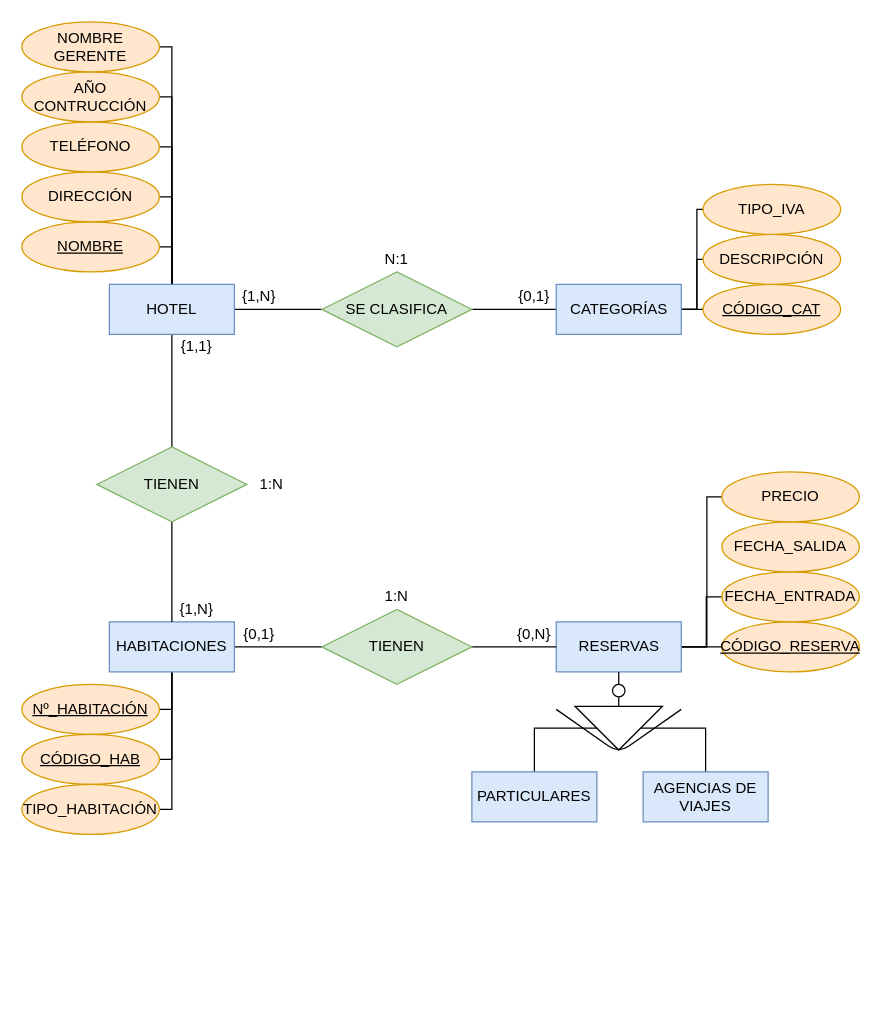
The draw.io diagram Ejercicio3_Examen.drawio in Axel-Vicente/BBDD, before the edit. Source tidied: cells renumbered, new cells numbered last; positions are measured from the earlier drawing's top-left corner, leaving out a move shared by most shapes. Both pictures are drawn from the tidied source at 125%, with x=0, y=0 at pixel (21, 21).
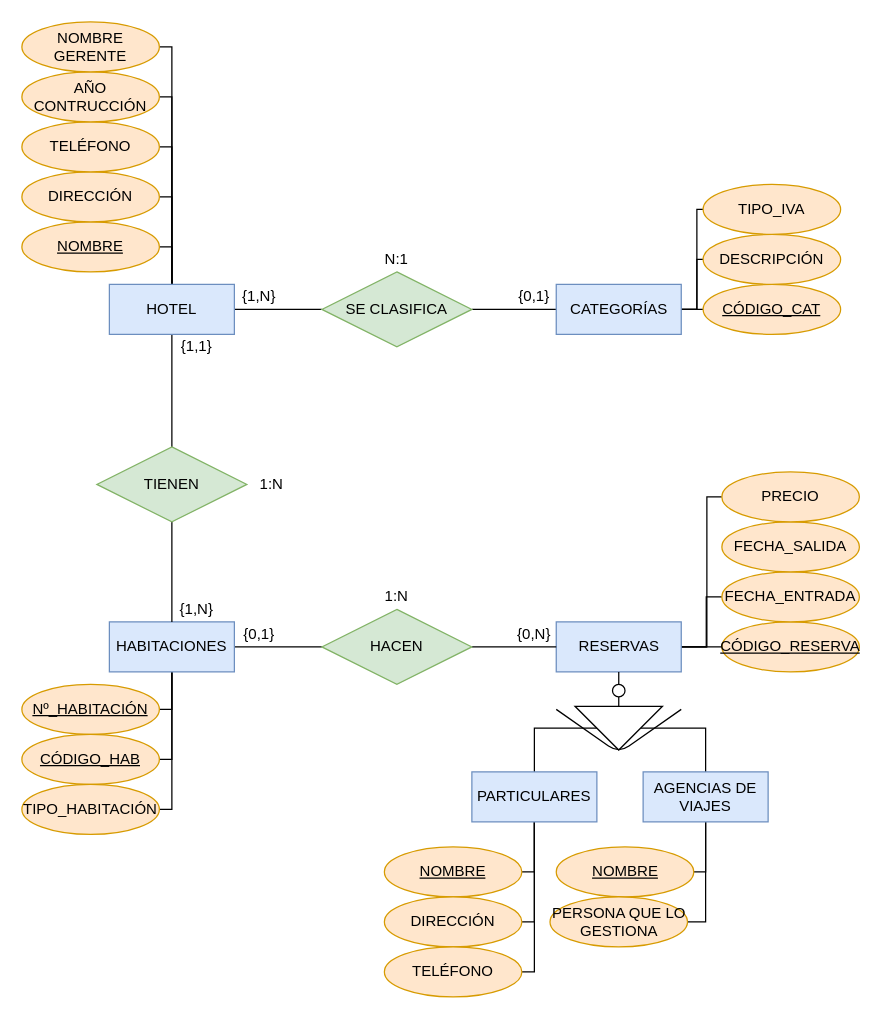
Above is the later version.

The change refers to these unchanged cells:
```xml
<mxCell id="41" value="PARTICULARES" style="whiteSpace=wrap;html=1;align=center;fillColor=#dae8fc;strokeColor=#6c8ebf;" parent="1" vertex="1">
  <mxGeometry x="360" y="600" width="100" height="40" as="geometry" />
</mxCell>
<mxCell id="42" value="AGENCIAS DE VIAJES" style="whiteSpace=wrap;html=1;align=center;fillColor=#dae8fc;strokeColor=#6c8ebf;" parent="1" vertex="1">
  <mxGeometry x="497" y="600" width="100" height="40" as="geometry" />
</mxCell>
```

Diff of the diagram source:
```diff
@@
-    <mxCell id="33" value="TIENEN" style="shape=rhombus;perimeter=rhombusPerimeter;whiteSpace=wrap;html=1;align=center;fillColor=#d5e8d4;strokeColor=#82b366;" parent="1" vertex="1">
+    <mxCell id="33" value="HACEN" style="shape=rhombus;perimeter=rhombusPerimeter;whiteSpace=wrap;html=1;align=center;fillColor=#d5e8d4;strokeColor=#82b366;" parent="1" vertex="1">
       <mxGeometry x="240" y="470" width="120" height="60" as="geometry" />
     </mxCell>
@@
+    <mxCell id="62" style="edgeStyle=orthogonalEdgeStyle;rounded=0;jettySize=auto;html=1;exitX=0.5;exitY=1;exitDx=0;exitDy=0;entryX=1;entryY=0.5;entryDx=0;entryDy=0;endArrow=none;endFill=0;" parent="1" edge="1" source="41" target="67">
+      <mxGeometry relative="1" as="geometry">
+        <Array as="points">
+          <mxPoint x="410" y="680" />
+        </Array>
+      </mxGeometry>
+    </mxCell>
+    <mxCell id="63" style="edgeStyle=orthogonalEdgeStyle;rounded=0;jettySize=auto;html=1;exitX=0.5;exitY=1;exitDx=0;exitDy=0;entryX=1;entryY=0.5;entryDx=0;entryDy=0;endArrow=none;endFill=0;" parent="1" edge="1" source="41" target="68">
+      <mxGeometry relative="1" as="geometry">
+        <Array as="points">
+          <mxPoint x="410" y="720" />
+        </Array>
+      </mxGeometry>
+    </mxCell>
+    <mxCell id="64" style="edgeStyle=orthogonalEdgeStyle;rounded=0;jettySize=auto;html=1;exitX=0.5;exitY=1;exitDx=0;exitDy=0;entryX=1;entryY=0.5;entryDx=0;entryDy=0;endArrow=none;endFill=0;" parent="1" edge="1" source="41" target="69">
+      <mxGeometry relative="1" as="geometry">
+        <Array as="points">
+          <mxPoint x="410" y="760" />
+        </Array>
+      </mxGeometry>
+    </mxCell>
@@
+    <mxCell id="65" style="edgeStyle=orthogonalEdgeStyle;rounded=0;jettySize=auto;html=1;exitX=0.5;exitY=1;exitDx=0;exitDy=0;entryX=1;entryY=0.5;entryDx=0;entryDy=0;endArrow=none;endFill=0;" parent="1" edge="1" source="42" target="70">
+      <mxGeometry relative="1" as="geometry">
+        <Array as="points">
+          <mxPoint x="547" y="680" />
+        </Array>
+      </mxGeometry>
+    </mxCell>
+    <mxCell id="66" style="edgeStyle=orthogonalEdgeStyle;rounded=0;jettySize=auto;html=1;exitX=0.5;exitY=1;exitDx=0;exitDy=0;entryX=1;entryY=0.5;entryDx=0;entryDy=0;endArrow=none;endFill=0;" parent="1" edge="1" source="42" target="71">
+      <mxGeometry relative="1" as="geometry">
+        <Array as="points">
+          <mxPoint x="547" y="720" />
+        </Array>
+      </mxGeometry>
+    </mxCell>
@@
+    <mxCell id="67" value="NOMBRE" style="ellipse;whiteSpace=wrap;html=1;align=center;fillColor=#ffe6cc;strokeColor=#d79b00;fontStyle=4;" parent="1" vertex="1">
+      <mxGeometry x="290" y="660" width="110" height="40" as="geometry" />
+    </mxCell>
+    <mxCell id="68" value="DIRECCIÓN" style="ellipse;whiteSpace=wrap;html=1;align=center;fillColor=#ffe6cc;strokeColor=#d79b00;fontStyle=0;" parent="1" vertex="1">
+      <mxGeometry x="290" y="700" width="110" height="40" as="geometry" />
+    </mxCell>
+    <mxCell id="69" value="TELÉFONO" style="ellipse;whiteSpace=wrap;html=1;align=center;fillColor=#ffe6cc;strokeColor=#d79b00;fontStyle=0;" parent="1" vertex="1">
+      <mxGeometry x="290" y="740" width="110" height="40" as="geometry" />
+    </mxCell>
+    <mxCell id="70" value="NOMBRE" style="ellipse;whiteSpace=wrap;html=1;align=center;fillColor=#ffe6cc;strokeColor=#d79b00;fontStyle=4;" parent="1" vertex="1">
+      <mxGeometry x="427.5" y="660" width="110" height="40" as="geometry" />
+    </mxCell>
+    <mxCell id="71" value="PERSONA QUE LO GESTIONA" style="ellipse;whiteSpace=wrap;html=1;align=center;fillColor=#ffe6cc;strokeColor=#d79b00;fontStyle=0;" parent="1" vertex="1">
+      <mxGeometry x="422.5" y="700" width="110" height="40" as="geometry" />
+    </mxCell>
```
